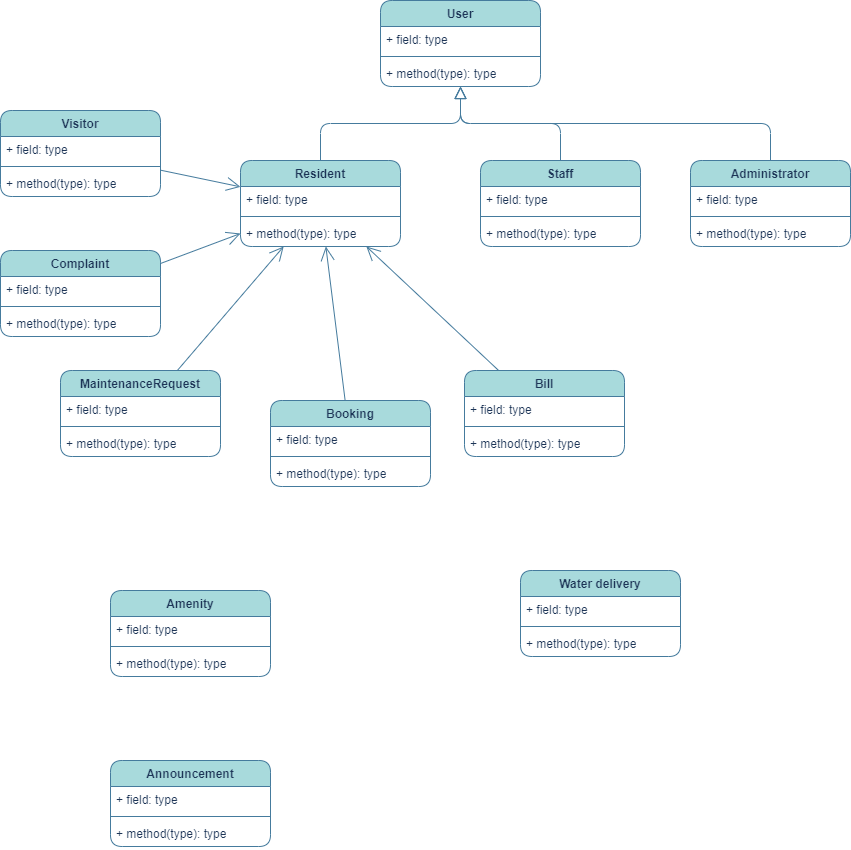
Before: UML class diagram.drawio.png, a diagram exported from draw.io (zainy0805/SE_Assignment_project). Source tidied: cells renumbered, new cells last; positions are measured from the earlier drawing's top-left corner, leaving out a move shared by most shapes.
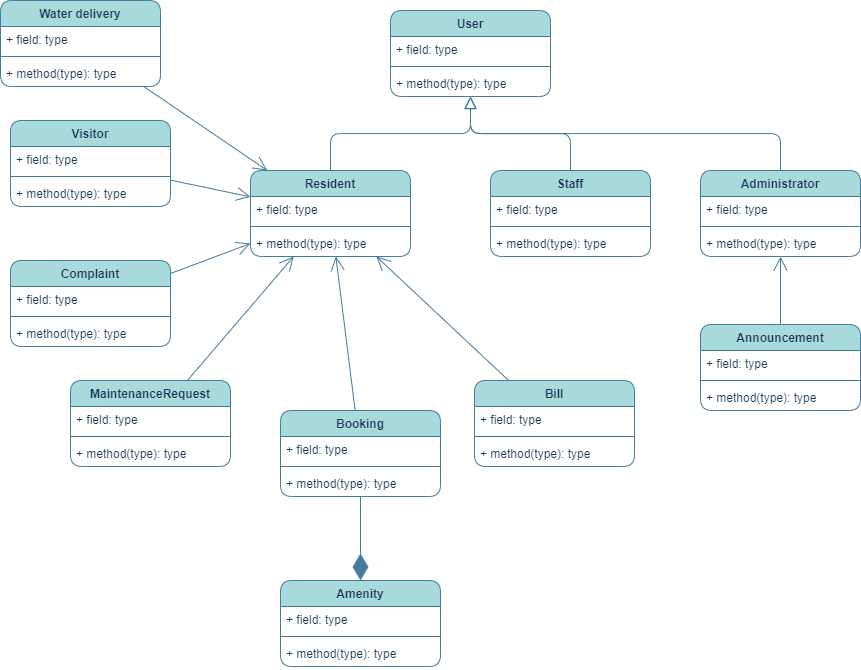
After the commit.

Change to the diagram source:
```diff
@@ -54,7 +54,7 @@
       <mxGeometry y="60" width="160" height="26" as="geometry" />
     </mxCell>
     <mxCell id="19" value="Amenity" style="swimlane;fontStyle=1;align=center;verticalAlign=top;horizontal=1;startSize=26;whiteSpace=wrap;html=1;rounded=1;strokeColor=#457B9D;fontColor=#1D3557;fillColor=#A8DADC;" parent="1" vertex="1">
-      <mxGeometry x="110" y="590" width="160" height="86" as="geometry" />
+      <mxGeometry x="270" y="570" width="160" height="86" as="geometry" />
     </mxCell>
     <mxCell id="20" value="+ field: type" style="text;strokeColor=none;fillColor=none;align=left;verticalAlign=top;spacingLeft=4;spacingRight=4;overflow=hidden;whiteSpace=wrap;html=1;fontColor=#1D3557;" parent="19" vertex="1">
       <mxGeometry y="26" width="160" height="26" as="geometry" />
@@ -78,7 +78,7 @@
       <mxGeometry y="60" width="160" height="26" as="geometry" />
     </mxCell>
     <mxCell id="27" value="Announcement" style="swimlane;fontStyle=1;align=center;verticalAlign=top;horizontal=1;startSize=26;whiteSpace=wrap;html=1;rounded=1;strokeColor=#457B9D;fontColor=#1D3557;fillColor=#A8DADC;" parent="1" vertex="1">
-      <mxGeometry x="110" y="760" width="160" height="86" as="geometry" />
+      <mxGeometry x="690" y="314" width="160" height="86" as="geometry" />
     </mxCell>
     <mxCell id="28" value="+ field: type" style="text;strokeColor=none;fillColor=none;align=left;verticalAlign=top;spacingLeft=4;spacingRight=4;overflow=hidden;whiteSpace=wrap;html=1;fontColor=#1D3557;" parent="27" vertex="1">
       <mxGeometry y="26" width="160" height="26" as="geometry" />
@@ -144,7 +144,7 @@
       <mxGeometry relative="1" as="geometry" />
     </mxCell>
     <mxCell id="49" value="Water delivery" style="swimlane;fontStyle=1;align=center;verticalAlign=top;horizontal=1;startSize=26;whiteSpace=wrap;html=1;rounded=1;strokeColor=#457B9D;fontColor=#1D3557;fillColor=#A8DADC;" parent="1" vertex="1">
-      <mxGeometry x="520" y="570" width="160" height="86" as="geometry" />
+      <mxGeometry x="-10" y="-10" width="160" height="86" as="geometry" />
     </mxCell>
     <mxCell id="50" value="+ field: type" style="text;strokeColor=none;fillColor=none;align=left;verticalAlign=top;spacingLeft=4;spacingRight=4;overflow=hidden;whiteSpace=wrap;html=1;fontColor=#1D3557;" parent="49" vertex="1">
       <mxGeometry y="26" width="160" height="26" as="geometry" />
@@ -170,5 +170,14 @@
     <mxCell id="57" style="endArrow=open;endFill=1;endSize=12;html=1;rounded=1;strokeColor=#457B9D;fontColor=#1D3557;fillColor=#A8DADC;" parent="1" edge="1" source="35" target="7">
       <mxGeometry relative="1" as="geometry" />
     </mxCell>
+    <mxCell id="58" style="endArrow=diamondThin;endFill=1;endSize=24;html=1;rounded=1;strokeColor=#457B9D;fontColor=#1D3557;fillColor=#A8DADC;" parent="1" edge="1" source="23" target="19">
+      <mxGeometry relative="1" as="geometry" />
+    </mxCell>
+    <mxCell id="59" style="endArrow=open;endFill=1;endSize=12;html=1;rounded=1;strokeColor=#457B9D;fontColor=#1D3557;fillColor=#A8DADC;" parent="1" edge="1" source="49" target="7">
+      <mxGeometry relative="1" as="geometry" />
+    </mxCell>
+    <mxCell id="60" style="endArrow=open;endFill=1;endSize=12;html=1;rounded=1;strokeColor=#457B9D;fontColor=#1D3557;fillColor=#A8DADC;" parent="1" edge="1" source="27" target="15">
+      <mxGeometry relative="1" as="geometry" />
+    </mxCell>
   </root>
 </mxGraphModel>
```
